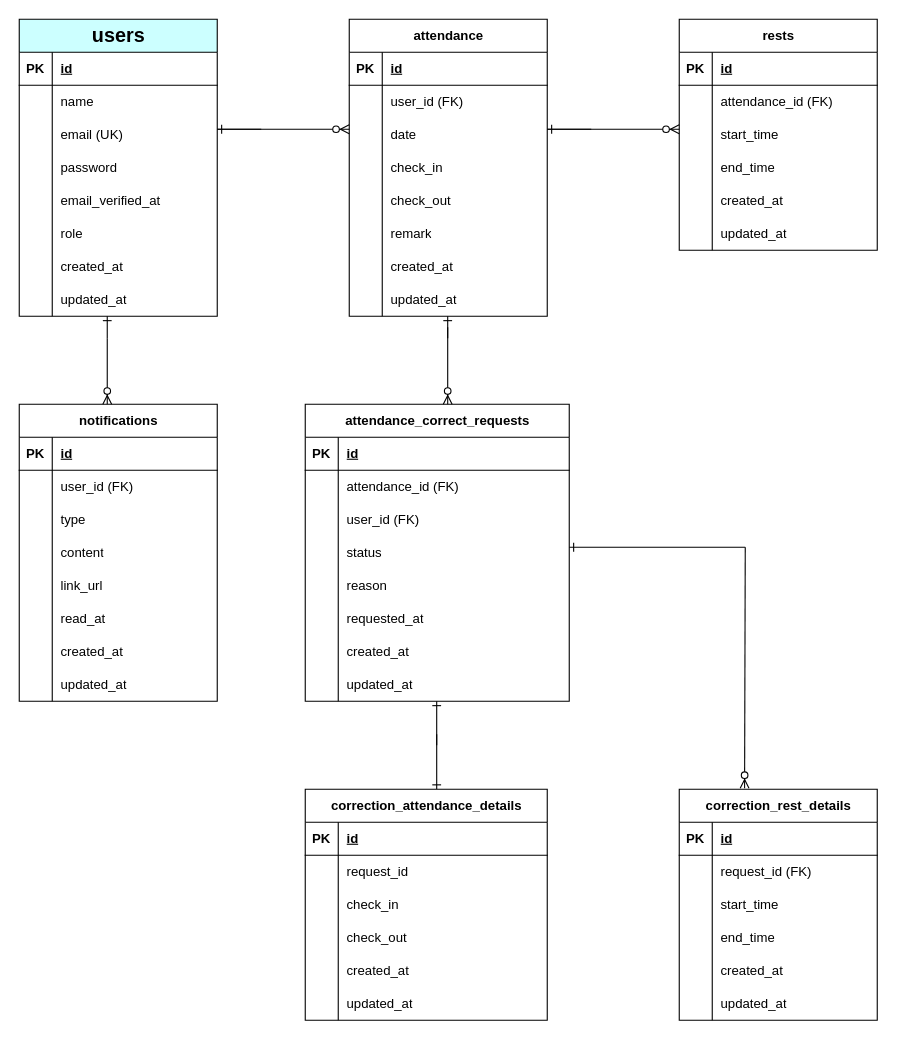
The draw.io diagram er-diagram.drawio in hidama-rika/coachtech-attendance-management, before the edit. Source tidied: cells renumbered, new cells numbered last; positions are measured from the earlier drawing's top-left corner, leaving out a move shared by most shapes. Both pictures are drawn from the tidied source at 110%, with x=0, y=0 at pixel (19, 19).
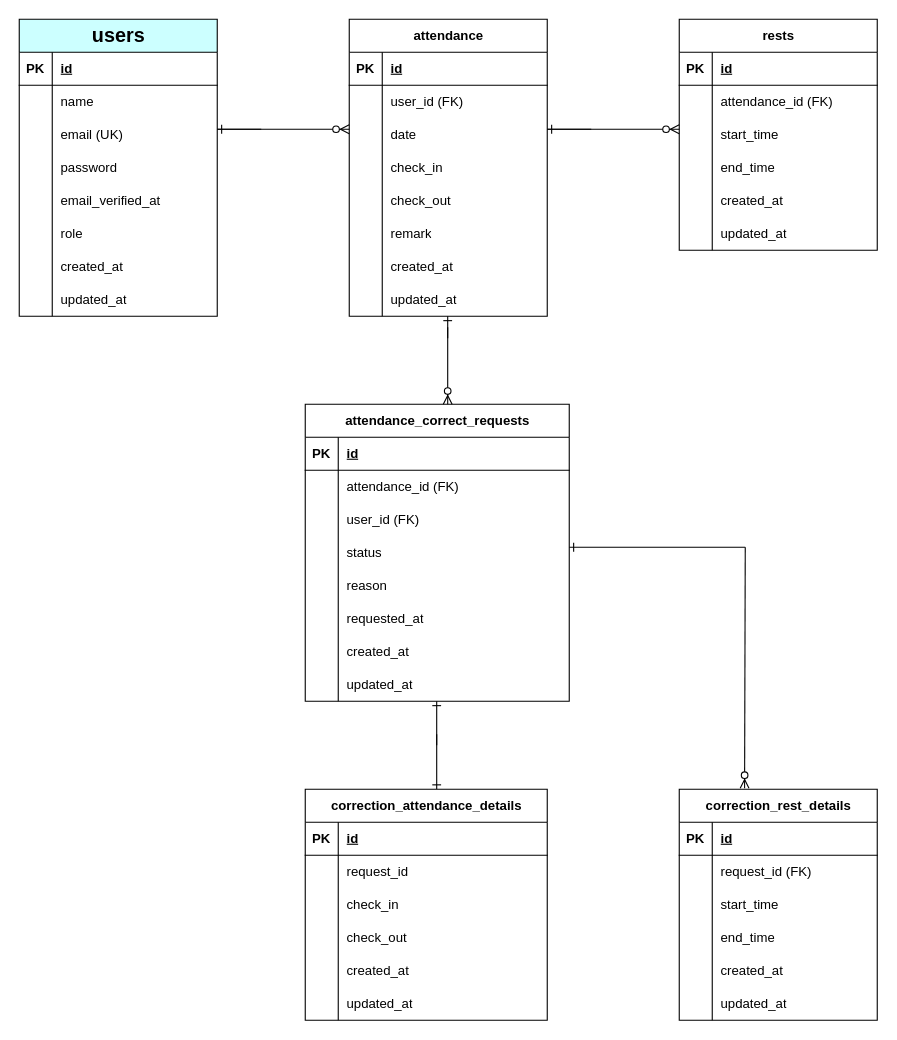
After the change.

The edit, as a diff of the source:
```diff
@@
-    <mxCell id="76" style="fontSize=12;html=1;endArrow=ERone;endFill=1;" parent="1" edge="1">
-      <mxGeometry relative="1" as="geometry">
-        <mxPoint x="80" y="290" as="sourcePoint" />
-        <mxPoint x="80" y="270" as="targetPoint" />
-        <Array as="points">
-          <mxPoint x="80" y="280" />
-        </Array>
-      </mxGeometry>
-    </mxCell>
@@
-    <mxCell id="78" value="notifications" style="shape=table;startSize=30;childLayout=tableLayout;rowLines=0;fontStyle=1;align=center;html=1;" parent="1" vertex="1">
-      <mxGeometry y="350" width="180" height="270" as="geometry" />
-    </mxCell>
-    <mxCell id="79" style="shape=tableRow;horizontal=0;startSize=0;swimlaneHead=0;swimlaneBody=0;fillColor=none;top=0;left=0;right=0;bottom=1;" parent="78" vertex="1">
-      <mxGeometry y="30" width="180" height="30" as="geometry" />
-    </mxCell>
-    <mxCell id="80" value="PK" style="shape=partialRectangle;fillColor=none;top=0;left=0;bottom=0;right=0;fontStyle=1;overflow=hidden;whiteSpace=wrap;html=1;" parent="79" vertex="1">
-      <mxGeometry width="30" height="30" as="geometry" />
-    </mxCell>
-    <mxCell id="81" value="id" style="shape=partialRectangle;fillColor=none;top=0;left=0;bottom=0;right=0;align=left;spacingLeft=6;fontStyle=5;overflow=hidden;whiteSpace=wrap;html=1;" parent="79" vertex="1">
-      <mxGeometry x="30" width="150" height="30" as="geometry" />
-    </mxCell>
-    <mxCell id="82" style="shape=tableRow;horizontal=0;startSize=0;swimlaneHead=0;swimlaneBody=0;fillColor=none;top=0;left=0;right=0;bottom=0;" parent="78" vertex="1">
-      <mxGeometry y="60" width="180" height="30" as="geometry" />
-    </mxCell>
-    <mxCell id="83" style="shape=partialRectangle;fillColor=none;top=0;left=0;bottom=0;right=0;overflow=hidden;whiteSpace=wrap;html=1;" parent="82" vertex="1">
-      <mxGeometry width="30" height="30" as="geometry" />
-    </mxCell>
-    <mxCell id="84" value="user_id (FK)" style="shape=partialRectangle;fillColor=none;top=0;left=0;bottom=0;right=0;align=left;spacingLeft=6;overflow=hidden;whiteSpace=wrap;html=1;" parent="82" vertex="1">
-      <mxGeometry x="30" width="150" height="30" as="geometry" />
-    </mxCell>
-    <mxCell id="85" style="shape=tableRow;horizontal=0;startSize=0;swimlaneHead=0;swimlaneBody=0;fillColor=none;top=0;left=0;right=0;bottom=0;" parent="78" vertex="1">
-      <mxGeometry y="90" width="180" height="30" as="geometry" />
-    </mxCell>
-    <mxCell id="86" style="shape=partialRectangle;fillColor=none;top=0;left=0;bottom=0;right=0;overflow=hidden;whiteSpace=wrap;html=1;" parent="85" vertex="1">
-      <mxGeometry width="30" height="30" as="geometry" />
-    </mxCell>
-    <mxCell id="87" value="type" style="shape=partialRectangle;fillColor=none;top=0;left=0;bottom=0;right=0;align=left;spacingLeft=6;overflow=hidden;whiteSpace=wrap;html=1;" parent="85" vertex="1">
-      <mxGeometry x="30" width="150" height="30" as="geometry" />
-    </mxCell>
-    <mxCell id="88" style="shape=tableRow;horizontal=0;startSize=0;swimlaneHead=0;swimlaneBody=0;fillColor=none;top=0;left=0;right=0;bottom=0;" parent="78" vertex="1">
-      <mxGeometry y="120" width="180" height="30" as="geometry" />
-    </mxCell>
-    <mxCell id="89" style="shape=partialRectangle;fillColor=none;top=0;left=0;bottom=0;right=0;overflow=hidden;whiteSpace=wrap;html=1;" parent="88" vertex="1">
-      <mxGeometry width="30" height="30" as="geometry" />
-    </mxCell>
-    <mxCell id="90" value="content" style="shape=partialRectangle;fillColor=none;top=0;left=0;bottom=0;right=0;align=left;spacingLeft=6;overflow=hidden;whiteSpace=wrap;html=1;" parent="88" vertex="1">
-      <mxGeometry x="30" width="150" height="30" as="geometry" />
-    </mxCell>
-    <mxCell id="91" style="shape=tableRow;horizontal=0;startSize=0;swimlaneHead=0;swimlaneBody=0;fillColor=none;top=0;left=0;right=0;bottom=0;" parent="78" vertex="1">
-      <mxGeometry y="150" width="180" height="30" as="geometry" />
-    </mxCell>
-    <mxCell id="92" style="shape=partialRectangle;fillColor=none;top=0;left=0;bottom=0;right=0;overflow=hidden;whiteSpace=wrap;html=1;" parent="91" vertex="1">
-      <mxGeometry width="30" height="30" as="geometry" />
-    </mxCell>
-    <mxCell id="93" value="link_url" style="shape=partialRectangle;fillColor=none;top=0;left=0;bottom=0;right=0;align=left;spacingLeft=6;overflow=hidden;whiteSpace=wrap;html=1;" parent="91" vertex="1">
-      <mxGeometry x="30" width="150" height="30" as="geometry" />
-    </mxCell>
-    <mxCell id="94" style="shape=tableRow;horizontal=0;startSize=0;swimlaneHead=0;swimlaneBody=0;fillColor=none;top=0;left=0;right=0;bottom=0;" parent="78" vertex="1">
-      <mxGeometry y="180" width="180" height="30" as="geometry" />
-    </mxCell>
-    <mxCell id="95" style="shape=partialRectangle;fillColor=none;top=0;left=0;bottom=0;right=0;overflow=hidden;whiteSpace=wrap;html=1;" parent="94" vertex="1">
-      <mxGeometry width="30" height="30" as="geometry" />
-    </mxCell>
-    <mxCell id="96" value="read_at" style="shape=partialRectangle;fillColor=none;top=0;left=0;bottom=0;right=0;align=left;spacingLeft=6;overflow=hidden;whiteSpace=wrap;html=1;" parent="94" vertex="1">
-      <mxGeometry x="30" width="150" height="30" as="geometry" />
-    </mxCell>
-    <mxCell id="97" style="shape=tableRow;horizontal=0;startSize=0;swimlaneHead=0;swimlaneBody=0;fillColor=none;top=0;left=0;right=0;bottom=0;" parent="78" vertex="1">
-      <mxGeometry y="210" width="180" height="30" as="geometry" />
-    </mxCell>
-    <mxCell id="98" style="shape=partialRectangle;fillColor=none;top=0;left=0;bottom=0;right=0;overflow=hidden;whiteSpace=wrap;html=1;" parent="97" vertex="1">
-      <mxGeometry width="30" height="30" as="geometry" />
-    </mxCell>
-    <mxCell id="99" value="&lt;div&gt;&lt;span style=&quot;background-color: transparent;&quot;&gt;created_at&lt;/span&gt;&lt;/div&gt;" style="shape=partialRectangle;fillColor=none;top=0;left=0;bottom=0;right=0;align=left;spacingLeft=6;overflow=hidden;whiteSpace=wrap;html=1;" parent="97" vertex="1">
-      <mxGeometry x="30" width="150" height="30" as="geometry" />
-    </mxCell>
-    <mxCell id="100" style="shape=tableRow;horizontal=0;startSize=0;swimlaneHead=0;swimlaneBody=0;fillColor=none;top=0;left=0;right=0;bottom=0;" parent="78" vertex="1">
-      <mxGeometry y="240" width="180" height="30" as="geometry" />
-    </mxCell>
-    <mxCell id="101" style="shape=partialRectangle;fillColor=none;top=0;left=0;bottom=0;right=0;overflow=hidden;whiteSpace=wrap;html=1;" parent="100" vertex="1">
-      <mxGeometry width="30" height="30" as="geometry" />
-    </mxCell>
-    <mxCell id="102" value="updated_at" style="shape=partialRectangle;fillColor=none;top=0;left=0;bottom=0;right=0;align=left;spacingLeft=6;overflow=hidden;whiteSpace=wrap;html=1;" parent="100" vertex="1">
-      <mxGeometry x="30" width="150" height="30" as="geometry" />
-    </mxCell>
@@
-    <mxCell id="168" style="fontSize=12;html=1;endArrow=ERzeroToMany;endFill=1;" parent="1" edge="1">
-      <mxGeometry relative="1" as="geometry">
-        <mxPoint x="80" y="290" as="sourcePoint" />
-        <mxPoint x="80" y="350" as="targetPoint" />
-      </mxGeometry>
-    </mxCell>
```
